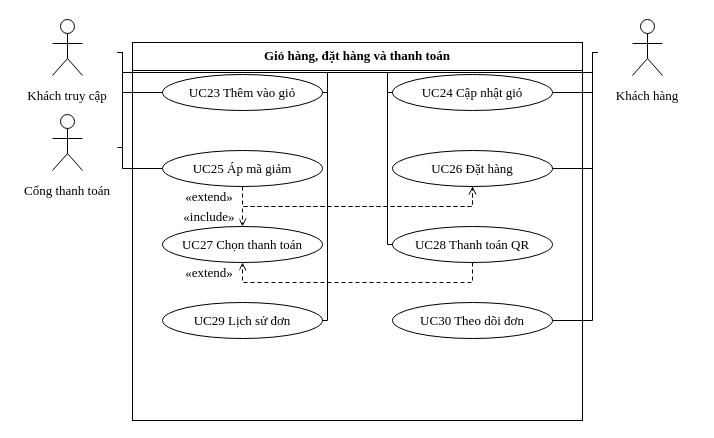
The draw.io diagram docs/do-an-LSOUL/So-do-LSOUL-rut-gon/drawio/UC-G04.drawio in Loccao102/BanHang, before the edit. Source tidied: cells renumbered, new cells numbered last; positions are measured from the earlier drawing's top-left corner, leaving out a move shared by most shapes. Both pictures are drawn from the tidied source at 100%, with x=0, y=0 at pixel (17, 17).
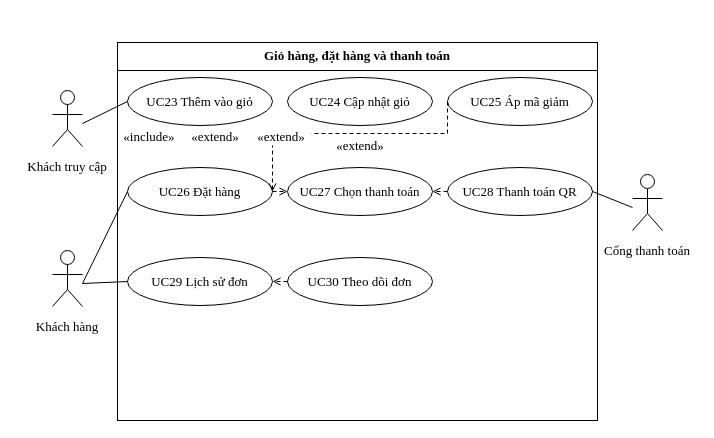
The same page after the edit.

The edit, as a diff of the source:
```diff
@@
     <mxCell id="2" style="fontFamily=Times New Roman;fontSize=13;fontColor=#000000;strokeColor=#000000;strokeWidth=1;fillColor=#FFFFFF;shadow=0;rounded=0;html=0;whiteSpace=wrap;spacing=5;align=center;verticalAlign=middle;" parent="1" vertex="1">
-      <mxGeometry x="115" y="25" width="450" height="378" as="geometry" />
+      <mxGeometry x="100" y="25" width="480" height="378" as="geometry" />
     </mxCell>
     <mxCell id="3" value="Giỏ hàng, đặt hàng và thanh toán" style="fontFamily=Times New Roman;fontSize=13;fontColor=#000000;strokeColor=#000000;strokeWidth=1;fillColor=#FFFFFF;shadow=0;rounded=0;html=0;whiteSpace=wrap;spacing=5;text;strokeColor=none;fillColor=none;align=center;verticalAlign=middle;fontStyle=1;" parent="1" vertex="1">
-      <mxGeometry x="118" y="27" width="444" height="22" as="geometry" />
+      <mxGeometry x="103" y="27" width="474" height="22" as="geometry" />
     </mxCell>
     <mxCell id="4" style="fontFamily=Times New Roman;fontSize=13;fontColor=#000000;strokeColor=#000000;strokeWidth=1;fillColor=#FFFFFF;shadow=0;rounded=0;html=0;whiteSpace=wrap;spacing=5;endArrow=none;endFill=1;startArrow=none;" parent="1" edge="1">
       <mxGeometry relative="1" as="geometry">
-        <mxPoint x="115" y="53" as="sourcePoint" />
-        <mxPoint x="565" y="53" as="targetPoint" />
+        <mxPoint x="100" y="53" as="sourcePoint" />
+        <mxPoint x="580" y="53" as="targetPoint" />
       </mxGeometry>
     </mxCell>
     <mxCell id="5" value="UC23 Thêm vào giỏ" style="fontFamily=Times New Roman;fontSize=13;fontColor=#000000;strokeColor=#000000;strokeWidth=1;fillColor=#FFFFFF;shadow=0;rounded=0;html=0;whiteSpace=wrap;spacing=5;ellipse;perimeter=ellipsePerimeter;align=center;verticalAlign=middle;" parent="1" vertex="1">
-      <mxGeometry x="145" y="57" width="160" height="36" as="geometry" />
+      <mxGeometry x="110" y="60" width="145" height="48" as="geometry" />
     </mxCell>
     <mxCell id="6" value="UC24 Cập nhật giỏ" style="fontFamily=Times New Roman;fontSize=13;fontColor=#000000;strokeColor=#000000;strokeWidth=1;fillColor=#FFFFFF;shadow=0;rounded=0;html=0;whiteSpace=wrap;spacing=5;ellipse;perimeter=ellipsePerimeter;align=center;verticalAlign=middle;" parent="1" vertex="1">
-      <mxGeometry x="375" y="57" width="160" height="36" as="geometry" />
+      <mxGeometry x="270" y="60" width="145" height="48" as="geometry" />
     </mxCell>
     <mxCell id="7" value="UC25 Áp mã giảm" style="fontFamily=Times New Roman;fontSize=13;fontColor=#000000;strokeColor=#000000;strokeWidth=1;fillColor=#FFFFFF;shadow=0;rounded=0;html=0;whiteSpace=wrap;spacing=5;ellipse;perimeter=ellipsePerimeter;align=center;verticalAlign=middle;" parent="1" vertex="1">
-      <mxGeometry x="145" y="133" width="160" height="36" as="geometry" />
+      <mxGeometry x="430" y="60" width="145" height="48" as="geometry" />
     </mxCell>
     <mxCell id="8" value="UC26 Đặt hàng" style="fontFamily=Times New Roman;fontSize=13;fontColor=#000000;strokeColor=#000000;strokeWidth=1;fillColor=#FFFFFF;shadow=0;rounded=0;html=0;whiteSpace=wrap;spacing=5;ellipse;perimeter=ellipsePerimeter;align=center;verticalAlign=middle;" parent="1" vertex="1">
-      <mxGeometry x="375" y="133" width="160" height="36" as="geometry" />
+      <mxGeometry x="110" y="150" width="145" height="48" as="geometry" />
     </mxCell>
     <mxCell id="9" value="UC27 Chọn thanh toán" style="fontFamily=Times New Roman;fontSize=13;fontColor=#000000;strokeColor=#000000;strokeWidth=1;fillColor=#FFFFFF;shadow=0;rounded=0;html=0;whiteSpace=wrap;spacing=5;ellipse;perimeter=ellipsePerimeter;align=center;verticalAlign=middle;" parent="1" vertex="1">
-      <mxGeometry x="145" y="209" width="160" height="36" as="geometry" />
+      <mxGeometry x="270" y="150" width="145" height="48" as="geometry" />
     </mxCell>
     <mxCell id="10" value="UC28 Thanh toán QR" style="fontFamily=Times New Roman;fontSize=13;fontColor=#000000;strokeColor=#000000;strokeWidth=1;fillColor=#FFFFFF;shadow=0;rounded=0;html=0;whiteSpace=wrap;spacing=5;ellipse;perimeter=ellipsePerimeter;align=center;verticalAlign=middle;" parent="1" vertex="1">
-      <mxGeometry x="375" y="209" width="160" height="36" as="geometry" />
+      <mxGeometry x="430" y="150" width="145" height="48" as="geometry" />
     </mxCell>
     <mxCell id="11" value="UC29 Lịch sử đơn" style="fontFamily=Times New Roman;fontSize=13;fontColor=#000000;strokeColor=#000000;strokeWidth=1;fillColor=#FFFFFF;shadow=0;rounded=0;html=0;whiteSpace=wrap;spacing=5;ellipse;perimeter=ellipsePerimeter;align=center;verticalAlign=middle;" parent="1" vertex="1">
-      <mxGeometry x="145" y="285" width="160" height="36" as="geometry" />
+      <mxGeometry x="110" y="240" width="145" height="48" as="geometry" />
     </mxCell>
     <mxCell id="12" value="UC30 Theo dõi đơn" style="fontFamily=Times New Roman;fontSize=13;fontColor=#000000;strokeColor=#000000;strokeWidth=1;fillColor=#FFFFFF;shadow=0;rounded=0;html=0;whiteSpace=wrap;spacing=5;ellipse;perimeter=ellipsePerimeter;align=center;verticalAlign=middle;" parent="1" vertex="1">
-      <mxGeometry x="375" y="285" width="160" height="36" as="geometry" />
+      <mxGeometry x="270" y="240" width="145" height="48" as="geometry" />
     </mxCell>
     <mxCell id="13" style="group;" parent="1" vertex="1">
-      <mxGeometry width="100" height="92" as="geometry" />
+      <mxGeometry y="71" width="100" height="92" as="geometry" />
     </mxCell>
@@
     <mxCell id="20" style="group;" parent="1" vertex="1">
-      <mxGeometry x="580" width="100" height="92" as="geometry" />
+      <mxGeometry y="231" width="100" height="92" as="geometry" />
     </mxCell>
@@
     <mxCell id="27" style="group;" parent="1" vertex="1">
-      <mxGeometry y="95" width="100" height="92" as="geometry" />
+      <mxGeometry x="580" y="155" width="100" height="92" as="geometry" />
     </mxCell>
@@
-    <mxCell id="34" style="fontFamily=Times New Roman;fontSize=13;fontColor=#000000;strokeColor=#000000;strokeWidth=1;fillColor=#FFFFFF;shadow=0;rounded=0;html=0;whiteSpace=wrap;spacing=5;endArrow=none;endFill=1;startArrow=none;exitX=1.0000000;exitY=0.3804348;exitPerimeter=0;entryX=0.0000000;entryY=0.5000000;entryPerimeter=0;" parent="1" edge="1" source="13" target="5">
-      <mxGeometry relative="1" as="geometry">
-        <Array as="points">
-          <mxPoint x="105" y="35" />
-          <mxPoint x="105" y="75" />
-        </Array>
-      </mxGeometry>
+    <mxCell id="34" style="fontFamily=Times New Roman;fontSize=13;fontColor=#000000;strokeColor=#000000;strokeWidth=1;fillColor=#FFFFFF;shadow=0;rounded=0;html=0;whiteSpace=wrap;spacing=5;endArrow=none;endFill=1;startArrow=none;exitX=0.6500000;exitY=0.3804348;exitPerimeter=0;entryX=0.0000000;entryY=0.5000000;entryPerimeter=0;" parent="1" edge="1" source="13" target="5">
+      <mxGeometry relative="1" as="geometry" />
     </mxCell>
-    <mxCell id="35" style="fontFamily=Times New Roman;fontSize=13;fontColor=#000000;strokeColor=#000000;strokeWidth=1;fillColor=#FFFFFF;shadow=0;rounded=0;html=0;whiteSpace=wrap;spacing=5;endArrow=none;endFill=1;startArrow=none;exitX=1.0000000;exitY=0.3804348;exitPerimeter=0;entryX=0.0000000;entryY=0.5000000;entryPerimeter=0;" parent="1" edge="1" source="13" target="6">
-      <mxGeometry relative="1" as="geometry">
-        <Array as="points">
-          <mxPoint x="105" y="35" />
-          <mxPoint x="105" y="55" />
-          <mxPoint x="370" y="55" />
-          <mxPoint x="370" y="75" />
-        </Array>
-      </mxGeometry>
+    <mxCell id="35" style="fontFamily=Times New Roman;fontSize=13;fontColor=#000000;strokeColor=#000000;strokeWidth=1;fillColor=#FFFFFF;shadow=0;rounded=0;html=0;whiteSpace=wrap;spacing=5;endArrow=none;endFill=1;startArrow=none;exitX=0.6500000;exitY=0.3804348;exitPerimeter=0;entryX=0.0000000;entryY=0.5000000;entryPerimeter=0;" parent="1" edge="1" source="20" target="8">
+      <mxGeometry relative="1" as="geometry" />
     </mxCell>
-    <mxCell id="36" style="fontFamily=Times New Roman;fontSize=13;fontColor=#000000;strokeColor=#000000;strokeWidth=1;fillColor=#FFFFFF;shadow=0;rounded=0;html=0;whiteSpace=wrap;spacing=5;endArrow=none;endFill=1;startArrow=none;exitX=1.0000000;exitY=0.3804348;exitPerimeter=0;entryX=0.0000000;entryY=0.5000000;entryPerimeter=0;" parent="1" edge="1" source="13" target="7">
-      <mxGeometry relative="1" as="geometry">
-        <Array as="points">
-          <mxPoint x="105" y="35" />
-          <mxPoint x="105" y="151" />
-        </Array>
-      </mxGeometry>
+    <mxCell id="36" style="fontFamily=Times New Roman;fontSize=13;fontColor=#000000;strokeColor=#000000;strokeWidth=1;fillColor=#FFFFFF;shadow=0;rounded=0;html=0;whiteSpace=wrap;spacing=5;endArrow=none;endFill=1;startArrow=none;exitX=0.6500000;exitY=0.3804348;exitPerimeter=0;entryX=0.0000000;entryY=0.5000000;entryPerimeter=0;" parent="1" edge="1" source="20" target="11">
+      <mxGeometry relative="1" as="geometry" />
     </mxCell>
-    <mxCell id="37" style="fontFamily=Times New Roman;fontSize=13;fontColor=#000000;strokeColor=#000000;strokeWidth=1;fillColor=#FFFFFF;shadow=0;rounded=0;html=0;whiteSpace=wrap;spacing=5;endArrow=none;endFill=1;startArrow=none;exitX=0.0000000;exitY=0.3804348;exitPerimeter=0;entryX=1.0000000;entryY=0.5000000;entryPerimeter=0;" parent="1" edge="1" source="20" target="5">
-      <mxGeometry relative="1" as="geometry">
-        <Array as="points">
-          <mxPoint x="575" y="35" />
-          <mxPoint x="575" y="55" />
-          <mxPoint x="310" y="55" />
-          <mxPoint x="310" y="75" />
-        </Array>
-      </mxGeometry>
+    <mxCell id="37" style="fontFamily=Times New Roman;fontSize=13;fontColor=#000000;strokeColor=#000000;strokeWidth=1;fillColor=#FFFFFF;shadow=0;rounded=0;html=0;whiteSpace=wrap;spacing=5;endArrow=none;endFill=1;startArrow=none;exitX=0.3500000;exitY=0.3804348;exitPerimeter=0;entryX=1.0000000;entryY=0.5000000;entryPerimeter=0;" parent="1" edge="1" source="27" target="10">
+      <mxGeometry relative="1" as="geometry" />
     </mxCell>
-    <mxCell id="38" style="fontFamily=Times New Roman;fontSize=13;fontColor=#000000;strokeColor=#000000;strokeWidth=1;fillColor=#FFFFFF;shadow=0;rounded=0;html=0;whiteSpace=wrap;spacing=5;endArrow=none;endFill=1;startArrow=none;exitX=0.0000000;exitY=0.3804348;exitPerimeter=0;entryX=1.0000000;entryY=0.5000000;entryPerimeter=0;" parent="1" edge="1" source="20" target="6">
-      <mxGeometry relative="1" as="geometry">
-        <Array as="points">
-          <mxPoint x="575" y="35" />
-          <mxPoint x="575" y="75" />
-        </Array>
-      </mxGeometry>
-    </mxCell>
-    <mxCell id="39" style="fontFamily=Times New Roman;fontSize=13;fontColor=#000000;strokeColor=#000000;strokeWidth=1;fillColor=#FFFFFF;shadow=0;rounded=0;html=0;whiteSpace=wrap;spacing=5;endArrow=none;endFill=1;startArrow=none;exitX=0.0000000;exitY=0.3804348;exitPerimeter=0;entryX=1.0000000;entryY=0.5000000;entryPerimeter=0;" parent="1" edge="1" source="20" target="8">
-      <mxGeometry relative="1" as="geometry">
-        <Array as="points">
-          <mxPoint x="575" y="35" />
-          <mxPoint x="575" y="151" />
-        </Array>
-      </mxGeometry>
-    </mxCell>
-    <mxCell id="40" style="fontFamily=Times New Roman;fontSize=13;fontColor=#000000;strokeColor=#000000;strokeWidth=1;fillColor=#FFFFFF;shadow=0;rounded=0;html=0;whiteSpace=wrap;spacing=5;endArrow=none;endFill=1;startArrow=none;exitX=0.0000000;exitY=0.3804348;exitPerimeter=0;entryX=1.0000000;entryY=0.5000000;entryPerimeter=0;" parent="1" edge="1" source="20" target="11">
-      <mxGeometry relative="1" as="geometry">
-        <Array as="points">
-          <mxPoint x="575" y="35" />
-          <mxPoint x="575" y="55" />
-          <mxPoint x="310" y="55" />
-          <mxPoint x="310" y="303" />
-        </Array>
-      </mxGeometry>
-    </mxCell>
-    <mxCell id="41" style="fontFamily=Times New Roman;fontSize=13;fontColor=#000000;strokeColor=#000000;strokeWidth=1;fillColor=#FFFFFF;shadow=0;rounded=0;html=0;whiteSpace=wrap;spacing=5;endArrow=none;endFill=1;startArrow=none;exitX=0.0000000;exitY=0.3804348;exitPerimeter=0;entryX=1.0000000;entryY=0.5000000;entryPerimeter=0;" parent="1" edge="1" source="20" target="12">
-      <mxGeometry relative="1" as="geometry">
-        <Array as="points">
-          <mxPoint x="575" y="35" />
-          <mxPoint x="575" y="303" />
-        </Array>
-      </mxGeometry>
-    </mxCell>
-    <mxCell id="42" style="fontFamily=Times New Roman;fontSize=13;fontColor=#000000;strokeColor=#000000;strokeWidth=1;fillColor=#FFFFFF;shadow=0;rounded=0;html=0;whiteSpace=wrap;spacing=5;endArrow=none;endFill=1;startArrow=none;exitX=1.0000000;exitY=0.3804348;exitPerimeter=0;entryX=0.0000000;entryY=0.5000000;entryPerimeter=0;" parent="1" edge="1" source="27" target="10">
-      <mxGeometry relative="1" as="geometry">
-        <Array as="points">
-          <mxPoint x="105" y="130" />
-          <mxPoint x="105" y="55" />
-          <mxPoint x="370" y="55" />
-          <mxPoint x="370" y="227" />
-        </Array>
-      </mxGeometry>
-    </mxCell>
-    <mxCell id="43" style="fontFamily=Times New Roman;fontSize=13;fontColor=#000000;strokeColor=#000000;strokeWidth=1;fillColor=#FFFFFF;shadow=0;rounded=0;html=0;whiteSpace=wrap;spacing=5;endArrow=open;endFill=1;startArrow=none;dashed=1;dashPattern=4 3;exitX=0.5000000;exitY=1.0000000;exitPerimeter=0;entryX=0.5000000;entryY=0.0000000;entryPerimeter=0;" parent="1" edge="1" source="8" target="9">
-      <mxGeometry relative="1" as="geometry">
-        <Array as="points">
-          <mxPoint x="455" y="189" />
-          <mxPoint x="225" y="189" />
-        </Array>
-      </mxGeometry>
+    <mxCell id="43" style="fontFamily=Times New Roman;fontSize=13;fontColor=#000000;strokeColor=#000000;strokeWidth=1;fillColor=#FFFFFF;shadow=0;rounded=0;html=0;whiteSpace=wrap;spacing=5;endArrow=open;endFill=1;startArrow=none;dashed=1;dashPattern=4 3;exitX=1.0000000;exitY=0.5000000;exitPerimeter=0;entryX=0.0000000;entryY=0.5000000;entryPerimeter=0;" parent="1" edge="1" source="8" target="9">
+      <mxGeometry relative="1" as="geometry" />
     </mxCell>
     <mxCell id="44" value="«include»" style="fontFamily=Times New Roman;fontSize=13;fontColor=#000000;strokeColor=#000000;strokeWidth=1;fillColor=#FFFFFF;shadow=0;rounded=0;html=0;whiteSpace=wrap;spacing=5;text;strokeColor=none;fillColor=none;align=center;verticalAlign=middle;fillColor=#FFFFFF;" parent="1" vertex="1">
-      <mxGeometry x="162" y="190" width="60" height="18" as="geometry" />
+      <mxGeometry x="102" y="110" width="60" height="18" as="geometry" />
     </mxCell>
-    <mxCell id="45" style="fontFamily=Times New Roman;fontSize=13;fontColor=#000000;strokeColor=#000000;strokeWidth=1;fillColor=#FFFFFF;shadow=0;rounded=0;html=0;whiteSpace=wrap;spacing=5;endArrow=open;endFill=1;startArrow=none;dashed=1;dashPattern=4 3;exitX=0.5000000;exitY=1.0000000;exitPerimeter=0;entryX=0.5000000;entryY=1.0000000;entryPerimeter=0;" parent="1" edge="1" source="10" target="9">
-      <mxGeometry relative="1" as="geometry">
-        <Array as="points">
-          <mxPoint x="455" y="265" />
-          <mxPoint x="225" y="265" />
-        </Array>
-      </mxGeometry>
+    <mxCell id="45" style="fontFamily=Times New Roman;fontSize=13;fontColor=#000000;strokeColor=#000000;strokeWidth=1;fillColor=#FFFFFF;shadow=0;rounded=0;html=0;whiteSpace=wrap;spacing=5;endArrow=open;endFill=1;startArrow=none;dashed=1;dashPattern=4 3;exitX=0.0000000;exitY=0.5000000;exitPerimeter=0;entryX=1.0000000;entryY=0.5000000;entryPerimeter=0;" parent="1" edge="1" source="10" target="9">
+      <mxGeometry relative="1" as="geometry" />
     </mxCell>
     <mxCell id="46" value="«extend»" style="fontFamily=Times New Roman;fontSize=13;fontColor=#000000;strokeColor=#000000;strokeWidth=1;fillColor=#FFFFFF;shadow=0;rounded=0;html=0;whiteSpace=wrap;spacing=5;text;strokeColor=none;fillColor=none;align=center;verticalAlign=middle;fillColor=#FFFFFF;" parent="1" vertex="1">
-      <mxGeometry x="162" y="246" width="60" height="18" as="geometry" />
+      <mxGeometry x="168" y="110" width="60" height="18" as="geometry" />
     </mxCell>
-    <mxCell id="47" style="fontFamily=Times New Roman;fontSize=13;fontColor=#000000;strokeColor=#000000;strokeWidth=1;fillColor=#FFFFFF;shadow=0;rounded=0;html=0;whiteSpace=wrap;spacing=5;endArrow=open;endFill=1;startArrow=none;dashed=1;dashPattern=4 3;exitX=0.5000000;exitY=1.0000000;exitPerimeter=0;entryX=0.5000000;entryY=1.0000000;entryPerimeter=0;" parent="1" edge="1" source="7" target="8">
+    <mxCell id="47" style="fontFamily=Times New Roman;fontSize=13;fontColor=#000000;strokeColor=#000000;strokeWidth=1;fillColor=#FFFFFF;shadow=0;rounded=0;html=0;whiteSpace=wrap;spacing=5;endArrow=open;endFill=1;startArrow=none;dashed=1;dashPattern=4 3;exitX=0.0000000;exitY=0.5000000;exitPerimeter=0;entryX=1.0000000;entryY=0.5000000;entryPerimeter=0;" parent="1" edge="1" source="7" target="8">
       <mxGeometry relative="1" as="geometry">
         <Array as="points">
-          <mxPoint x="225" y="189" />
-          <mxPoint x="455" y="189" />
+          <mxPoint x="430" y="116" />
+          <mxPoint x="255" y="116" />
         </Array>
       </mxGeometry>
     </mxCell>
     <mxCell id="48" value="«extend»" style="fontFamily=Times New Roman;fontSize=13;fontColor=#000000;strokeColor=#000000;strokeWidth=1;fillColor=#FFFFFF;shadow=0;rounded=0;html=0;whiteSpace=wrap;spacing=5;text;strokeColor=none;fillColor=none;align=center;verticalAlign=middle;fillColor=#FFFFFF;" parent="1" vertex="1">
-      <mxGeometry x="162" y="170" width="60" height="18" as="geometry" />
+      <mxGeometry x="312.5" y="119" width="60" height="18" as="geometry" />
     </mxCell>
+    <mxCell id="49" style="fontFamily=Times New Roman;fontSize=13;fontColor=#000000;strokeColor=#000000;strokeWidth=1;fillColor=#FFFFFF;shadow=0;rounded=0;html=0;whiteSpace=wrap;spacing=5;endArrow=open;endFill=1;startArrow=none;dashed=1;dashPattern=4 3;exitX=0.0000000;exitY=0.5000000;exitPerimeter=0;entryX=1.0000000;entryY=0.5000000;entryPerimeter=0;" parent="1" edge="1" source="12" target="11">
+      <mxGeometry relative="1" as="geometry" />
+    </mxCell>
+    <mxCell id="50" value="«extend»" style="fontFamily=Times New Roman;fontSize=13;fontColor=#000000;strokeColor=#000000;strokeWidth=1;fillColor=#FFFFFF;shadow=0;rounded=0;html=0;whiteSpace=wrap;spacing=5;text;strokeColor=none;fillColor=none;align=center;verticalAlign=middle;fillColor=#FFFFFF;" parent="1" vertex="1">
+      <mxGeometry x="234" y="110" width="60" height="18" as="geometry" />
+    </mxCell>
```
